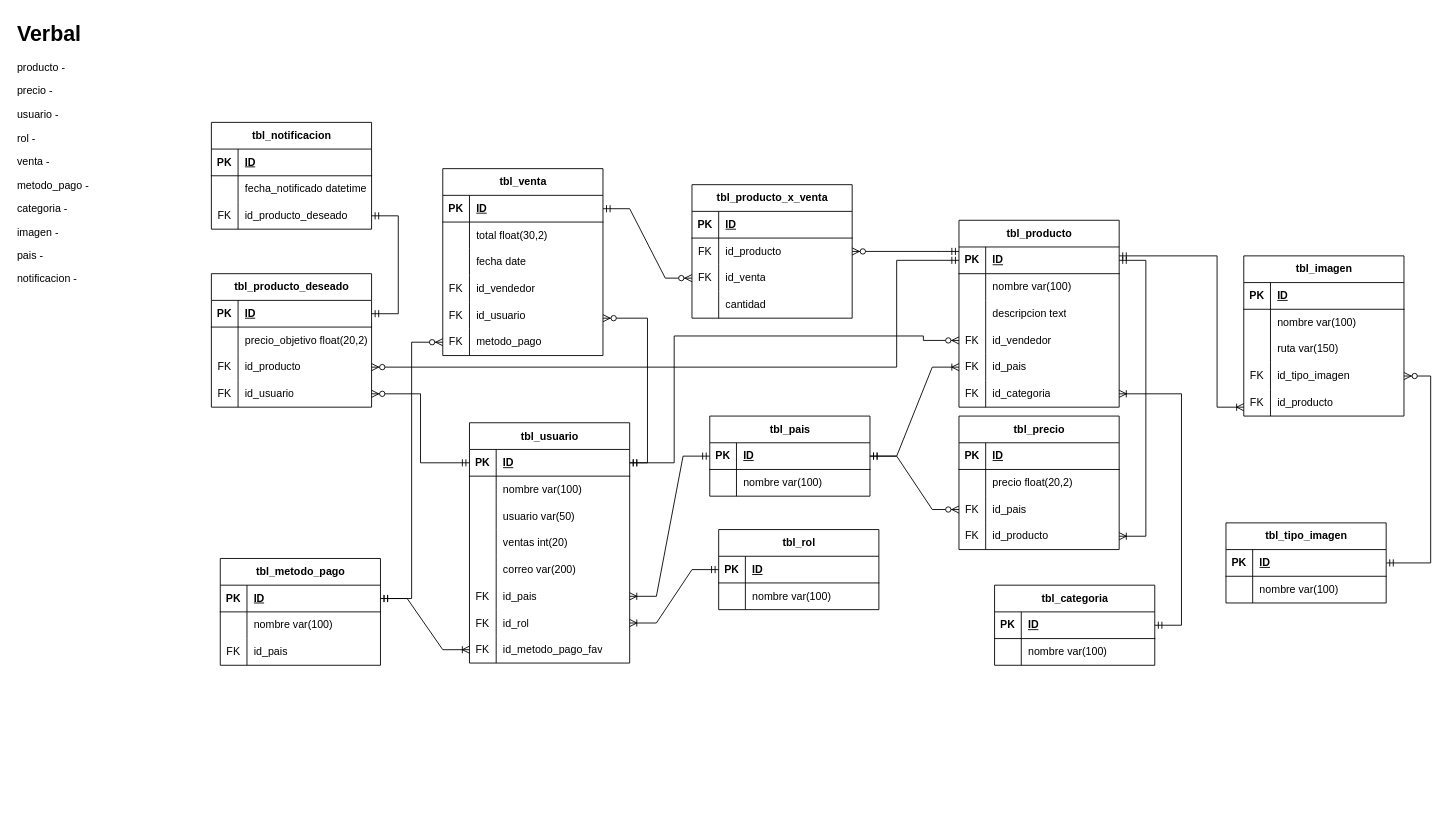
Earlier version of the draw.io diagram e-shop cuentas & videojuegos.drawio (jorge-ruizf/jshop). Source tidied: cells renumbered, new cells numbered last; positions are measured from the earlier drawing's top-left corner, leaving out a move shared by most shapes. Both pictures are drawn from the tidied source at 89%, with x=0, y=0 at pixel (15, 15).
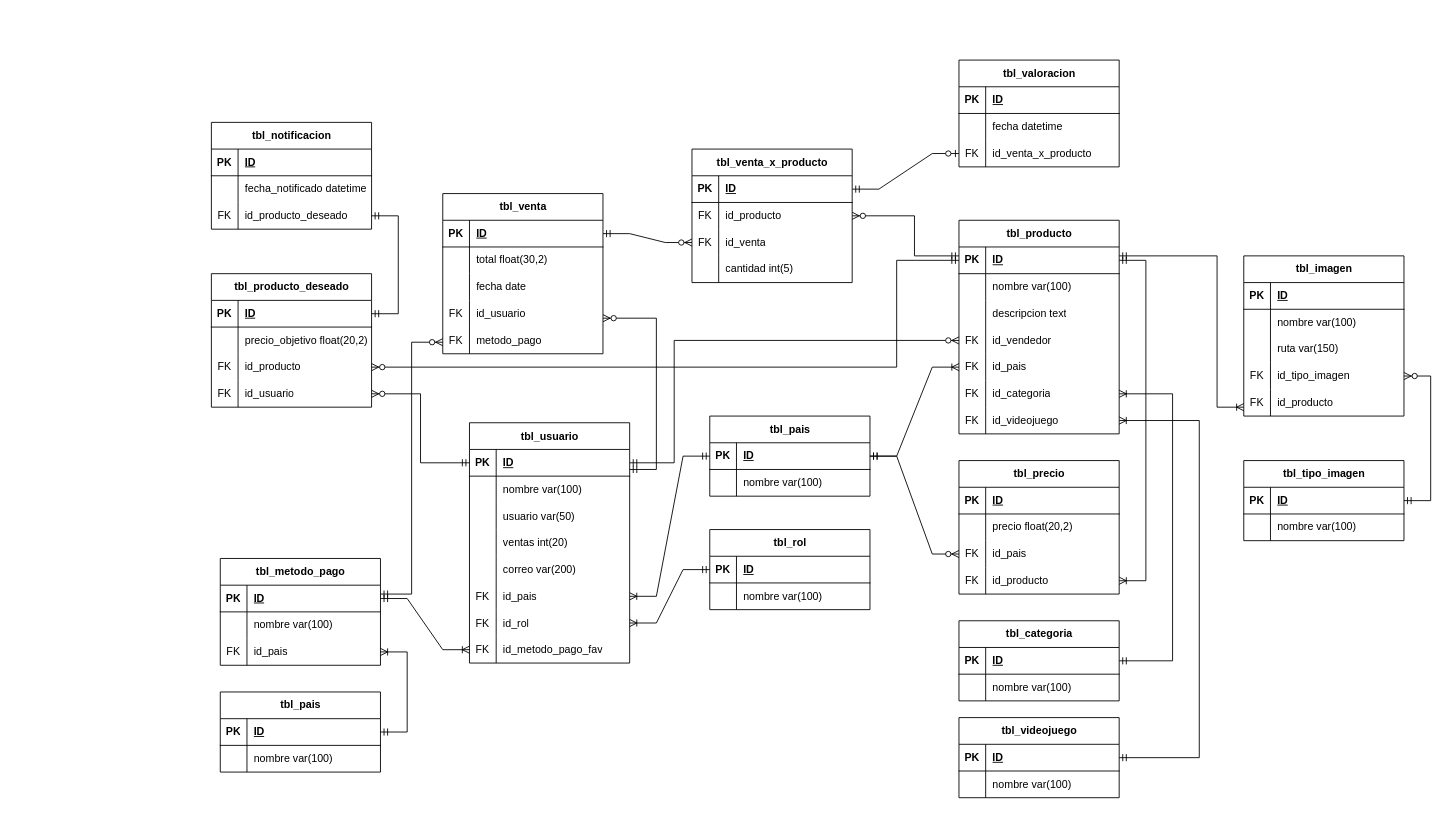
The same diagram, later.

The change refers to these unchanged cells:
```xml
<mxCell id="3" style="shape=tableRow;horizontal=0;startSize=0;swimlaneHead=0;swimlaneBody=0;fillColor=none;points=[[0,0.5],[1,0.5]];portConstraint=eastwest;top=0;left=0;right=0;bottom=1;" parent="2" vertex="1">
  <mxGeometry y="30" width="180" height="30" as="geometry" />
</mxCell>
<mxCell id="12" style="shape=tableRow;horizontal=0;startSize=0;swimlaneHead=0;swimlaneBody=0;fillColor=none;points=[[0,0.5],[1,0.5]];portConstraint=eastwest;top=0;left=0;right=0;bottom=0;" parent="2" vertex="1">
  <mxGeometry y="120" width="180" height="30" as="geometry" />
</mxCell>
<mxCell id="18" style="shape=tableRow;horizontal=0;startSize=0;swimlaneHead=0;swimlaneBody=0;fillColor=none;points=[[0,0.5],[1,0.5]];portConstraint=eastwest;top=0;left=0;right=0;bottom=0;" parent="2" vertex="1">
  <mxGeometry y="180" width="180" height="30" as="geometry" />
</mxCell>
<mxCell id="30" style="shape=tableRow;horizontal=0;startSize=0;swimlaneHead=0;swimlaneBody=0;fillColor=none;points=[[0,0.5],[1,0.5]];portConstraint=eastwest;top=0;left=0;right=0;bottom=1;" parent="29" vertex="1">
  <mxGeometry y="30" width="180" height="30" as="geometry" />
</mxCell>
<mxCell id="36" style="shape=tableRow;horizontal=0;startSize=0;swimlaneHead=0;swimlaneBody=0;fillColor=none;points=[[0,0.5],[1,0.5]];portConstraint=eastwest;top=0;left=0;right=0;bottom=0;" parent="29" vertex="1">
  <mxGeometry y="90" width="180" height="30" as="geometry" />
</mxCell>
<mxCell id="40" style="shape=tableRow;horizontal=0;startSize=0;swimlaneHead=0;swimlaneBody=0;fillColor=none;points=[[0,0.5],[1,0.5]];portConstraint=eastwest;top=0;left=0;right=0;bottom=1;" parent="39" vertex="1">
  <mxGeometry y="30" width="180" height="30" as="geometry" />
</mxCell>
<mxCell id="82" style="shape=tableRow;horizontal=0;startSize=0;swimlaneHead=0;swimlaneBody=0;fillColor=none;points=[[0,0.5],[1,0.5]];portConstraint=eastwest;top=0;left=0;right=0;bottom=1;" parent="81" vertex="1">
  <mxGeometry y="30" width="180" height="30" as="geometry" />
</mxCell>
<mxCell id="85" style="shape=tableRow;horizontal=0;startSize=0;swimlaneHead=0;swimlaneBody=0;fillColor=none;points=[[0,0.5],[1,0.5]];portConstraint=eastwest;top=0;left=0;right=0;bottom=0;" parent="81" vertex="1">
  <mxGeometry y="60" width="180" height="30" as="geometry" />
</mxCell>
<mxCell id="91" style="shape=tableRow;horizontal=0;startSize=0;swimlaneHead=0;swimlaneBody=0;fillColor=none;top=0;left=0;right=0;bottom=0;" parent="81" vertex="1">
  <mxGeometry y="120" width="180" height="30" as="geometry" />
</mxCell>
<mxCell id="95" style="shape=tableRow;horizontal=0;startSize=0;swimlaneHead=0;swimlaneBody=0;fillColor=none;points=[[0,0.5],[1,0.5]];portConstraint=eastwest;top=0;left=0;right=0;bottom=1;" parent="94" vertex="1">
  <mxGeometry y="30" width="180" height="30" as="geometry" />
</mxCell>
<mxCell id="143" style="shape=tableRow;horizontal=0;startSize=0;swimlaneHead=0;swimlaneBody=0;fillColor=none;points=[[0,0.5],[1,0.5]];portConstraint=eastwest;top=0;left=0;right=0;bottom=0;" parent="133" vertex="1">
  <mxGeometry y="120" width="180" height="30" as="geometry" />
</mxCell>
<mxCell id="156" style="shape=tableRow;horizontal=0;startSize=0;swimlaneHead=0;swimlaneBody=0;fillColor=none;points=[[0,0.5],[1,0.5]];portConstraint=eastwest;top=0;left=0;right=0;bottom=0;" parent="146" vertex="1">
  <mxGeometry y="120" width="180" height="30" as="geometry" />
</mxCell>
```

Change to the diagram source:
```diff
@@
     <mxCell id="2" value="tbl_producto" style="shape=table;startSize=30;childLayout=tableLayout;rowLines=0;fontStyle=1;align=center;html=1;" parent="1" vertex="1">
-      <mxGeometry x="1060" y="230" width="180" height="210" as="geometry" />
+      <mxGeometry x="1060" y="230" width="180" height="240" as="geometry" />
     </mxCell>
@@
-    <mxCell id="21" value="&lt;h1 style=&quot;margin-top: 0px;&quot;&gt;Verbal&lt;/h1&gt;&lt;p&gt;producto -&lt;/p&gt;&lt;p&gt;precio -&lt;/p&gt;&lt;p&gt;usuario -&lt;/p&gt;&lt;p&gt;rol -&lt;/p&gt;&lt;p&gt;venta -&lt;/p&gt;&lt;p&gt;metodo_pago -&lt;/p&gt;&lt;p&gt;categoria -&lt;/p&gt;&lt;p&gt;imagen -&lt;/p&gt;&lt;p&gt;pais -&lt;/p&gt;&lt;p&gt;notificacion -&lt;/p&gt;&lt;p&gt;&lt;br&gt;&lt;/p&gt;" style="text;html=1;whiteSpace=wrap;overflow=hidden;rounded=0;" parent="1" vertex="1">
-      <mxGeometry width="180" height="320" as="geometry" />
-    </mxCell>
+    <mxCell id="186" style="shape=tableRow;horizontal=0;startSize=0;swimlaneHead=0;swimlaneBody=0;fillColor=none;points=[[0,0.5],[1,0.5]];portConstraint=eastwest;top=0;left=0;right=0;bottom=0;" parent="2" vertex="1">
+      <mxGeometry y="210" width="180" height="30" as="geometry" />
+    </mxCell>
+    <mxCell id="187" value="FK" style="shape=partialRectangle;fillColor=none;top=0;left=0;bottom=0;right=0;overflow=hidden;whiteSpace=wrap;html=1;" parent="186" vertex="1">
+      <mxGeometry width="30" height="30" as="geometry" />
+    </mxCell>
+    <mxCell id="188" value="id_videojuego" style="shape=partialRectangle;fillColor=none;top=0;left=0;bottom=0;right=0;align=left;spacingLeft=6;overflow=hidden;whiteSpace=wrap;html=1;" parent="186" vertex="1">
+      <mxGeometry x="30" width="150" height="30" as="geometry" />
+    </mxCell>
@@
     <mxCell id="39" value="tbl_categoria" style="shape=table;startSize=30;childLayout=tableLayout;rowLines=0;fontStyle=1;align=center;html=1;" parent="1" vertex="1">
-      <mxGeometry x="1100" y="640" width="180" height="90" as="geometry" />
+      <mxGeometry x="1060" y="680" width="180" height="90" as="geometry" />
     </mxCell>
@@
     <mxCell id="62" value="tbl_venta" style="shape=table;startSize=30;childLayout=tableLayout;rowLines=0;fontStyle=1;align=center;html=1;" parent="1" vertex="1">
-      <mxGeometry x="480" y="172" width="180" height="210" as="geometry" />
+      <mxGeometry x="480" y="200" width="180" height="180" as="geometry" />
     </mxCell>
@@
-    <mxCell id="72" style="shape=tableRow;horizontal=0;startSize=0;swimlaneHead=0;swimlaneBody=0;fillColor=none;top=0;left=0;right=0;bottom=0;" parent="62" vertex="1">
-      <mxGeometry y="120" width="180" height="30" as="geometry" />
-    </mxCell>
-    <mxCell id="73" value="FK" style="shape=partialRectangle;fillColor=none;top=0;left=0;bottom=0;right=0;overflow=hidden;whiteSpace=wrap;html=1;" parent="72" vertex="1">
-      <mxGeometry width="30" height="30" as="geometry" />
-    </mxCell>
-    <mxCell id="74" value="id_vendedor" style="shape=partialRectangle;fillColor=none;top=0;left=0;bottom=0;right=0;align=left;spacingLeft=6;overflow=hidden;whiteSpace=wrap;html=1;" parent="72" vertex="1">
-      <mxGeometry x="30" width="150" height="30" as="geometry" />
-    </mxCell>
     <mxCell id="75" style="shape=tableRow;horizontal=0;startSize=0;swimlaneHead=0;swimlaneBody=0;fillColor=none;points=[[0,0.5],[1,0.5]];portConstraint=eastwest;top=0;left=0;right=0;bottom=0;" parent="62" vertex="1">
-      <mxGeometry y="150" width="180" height="30" as="geometry" />
+      <mxGeometry y="120" width="180" height="30" as="geometry" />
     </mxCell>
@@
     <mxCell id="78" style="shape=tableRow;horizontal=0;startSize=0;swimlaneHead=0;swimlaneBody=0;fillColor=none;points=[[0,0.5],[1,0.5]];portConstraint=eastwest;top=0;left=0;right=0;bottom=0;" parent="62" vertex="1">
-      <mxGeometry y="180" width="180" height="30" as="geometry" />
+      <mxGeometry y="150" width="180" height="30" as="geometry" />
     </mxCell>
@@
-    <mxCell id="81" value="tbl_producto_x_venta" style="shape=table;startSize=30;childLayout=tableLayout;rowLines=0;fontStyle=1;align=center;html=1;" parent="1" vertex="1">
-      <mxGeometry x="760" y="190" width="180" height="150" as="geometry" />
+    <mxCell id="81" value="tbl_venta_x_producto" style="shape=table;startSize=30;childLayout=tableLayout;rowLines=0;fontStyle=1;align=center;html=1;" parent="1" vertex="1">
+      <mxGeometry x="760" y="150" width="180" height="150" as="geometry" />
     </mxCell>
@@
-    <mxCell id="93" value="cantidad" style="shape=partialRectangle;fillColor=none;top=0;left=0;bottom=0;right=0;align=left;spacingLeft=6;overflow=hidden;whiteSpace=wrap;html=1;" parent="91" vertex="1">
+    <mxCell id="93" value="cantidad int(5)" style="shape=partialRectangle;fillColor=none;top=0;left=0;bottom=0;right=0;align=left;spacingLeft=6;overflow=hidden;whiteSpace=wrap;html=1;" parent="91" vertex="1">
       <mxGeometry x="30" width="150" height="30" as="geometry" />
     </mxCell>
@@
     <mxCell id="119" value="tbl_tipo_imagen" style="shape=table;startSize=30;childLayout=tableLayout;rowLines=0;fontStyle=1;align=center;html=1;" parent="1" vertex="1">
-      <mxGeometry x="1360" y="570" width="180" height="90" as="geometry" />
+      <mxGeometry x="1380" y="500" width="180" height="90" as="geometry" />
     </mxCell>
@@
     <mxCell id="126" value="tbl_rol" style="shape=table;startSize=30;childLayout=tableLayout;rowLines=0;fontStyle=1;align=center;html=1;" parent="1" vertex="1">
-      <mxGeometry x="790" y="577.5" width="180" height="90" as="geometry" />
+      <mxGeometry x="780" y="577.5" width="180" height="90" as="geometry" />
     </mxCell>
@@
     <mxCell id="146" value="tbl_precio" style="shape=table;startSize=30;childLayout=tableLayout;rowLines=0;fontStyle=1;align=center;html=1;" parent="1" vertex="1">
-      <mxGeometry x="1060" y="450" width="180" height="150" as="geometry" />
+      <mxGeometry x="1060" y="500" width="180" height="150" as="geometry" />
     </mxCell>
@@
-    <mxCell id="159" style="edgeStyle=entityRelationEdgeStyle;fontSize=12;html=1;endArrow=ERoneToMany;startArrow=ERmandOne;rounded=0;" parent="1" edge="1" source="40" target="18">
-      <mxGeometry relative="1" as="geometry" />
+    <mxCell id="159" style="edgeStyle=orthogonalEdgeStyle;fontSize=12;html=1;endArrow=ERoneToMany;startArrow=ERmandOne;rounded=0;strokeColor=light-dark(#000000,#FF6666);" parent="1" edge="1" source="40" target="18">
+      <mxGeometry relative="1" as="geometry">
+        <Array as="points">
+          <mxPoint x="1300" y="725" />
+          <mxPoint x="1300" y="425" />
+        </Array>
+      </mxGeometry>
     </mxCell>
@@
-    <mxCell id="164" style="edgeStyle=entityRelationEdgeStyle;fontSize=12;html=1;endArrow=ERoneToMany;startArrow=ERmandOne;rounded=0;" parent="1" edge="1" source="3" target="156">
+    <mxCell id="164" style="edgeStyle=entityRelationEdgeStyle;fontSize=12;html=1;endArrow=ERoneToMany;startArrow=ERmandOne;rounded=0;strokeColor=light-dark(#000000,#FFFF66);" parent="1" edge="1" source="3" target="156">
       <mxGeometry relative="1" as="geometry" />
     </mxCell>
-    <mxCell id="165" style="edgeStyle=orthogonalEdgeStyle;fontSize=12;html=1;endArrow=ERzeroToMany;startArrow=ERmandOne;rounded=0;entryX=1;entryY=0.5;entryDx=0;entryDy=0;" parent="1" edge="1" source="95" target="143">
+    <mxCell id="165" style="edgeStyle=orthogonalEdgeStyle;fontSize=12;html=1;endArrow=ERzeroToMany;startArrow=ERmandOne;rounded=0;entryX=1;entryY=0.5;entryDx=0;entryDy=0;strokeColor=light-dark(#000000,#FF6666);" parent="1" edge="1" source="95" target="143">
       <mxGeometry relative="1" as="geometry" />
     </mxCell>
@@
-    <mxCell id="169" style="edgeStyle=orthogonalEdgeStyle;fontSize=12;html=1;endArrow=ERzeroToMany;startArrow=ERmandOne;rounded=0;" parent="1" edge="1" source="95" target="75">
+    <mxCell id="169" style="edgeStyle=orthogonalEdgeStyle;fontSize=12;html=1;endArrow=ERzeroToMany;startArrow=ERmandOne;rounded=0;strokeColor=light-dark(#000000,#FFFF66);" parent="1" edge="1" source="95" target="75">
       <mxGeometry relative="1" as="geometry">
         <Array as="points">
-          <mxPoint x="710" y="503" />
-          <mxPoint x="710" y="340" />
+          <mxPoint x="720" y="510" />
+          <mxPoint x="720" y="340" />
         </Array>
       </mxGeometry>
     </mxCell>
@@
     <mxCell id="172" style="edgeStyle=orthogonalEdgeStyle;fontSize=12;html=1;endArrow=ERzeroToMany;startArrow=ERmandOne;rounded=0;" parent="1" edge="1" source="3" target="85">
       <mxGeometry relative="1" as="geometry">
         <Array as="points">
-          <mxPoint x="1040" y="265" />
-          <mxPoint x="1040" y="265" />
+          <mxPoint x="1010" y="270" />
+          <mxPoint x="1010" y="225" />
         </Array>
       </mxGeometry>
     </mxCell>
-    <mxCell id="173" style="edgeStyle=orthogonalEdgeStyle;fontSize=12;html=1;endArrow=ERzeroToMany;startArrow=ERmandOne;rounded=0;" parent="1" edge="1" source="95" target="12">
+    <mxCell id="173" style="edgeStyle=orthogonalEdgeStyle;fontSize=12;html=1;endArrow=ERzeroToMany;startArrow=ERmandOne;rounded=0;strokeColor=light-dark(#000000,#FF6666);" parent="1" edge="1" source="95" target="12">
       <mxGeometry relative="1" as="geometry">
         <Array as="points">
           <mxPoint x="740" y="503" />
-          <mxPoint x="740" y="360" />
-          <mxPoint x="1020" y="360" />
-          <mxPoint x="1020" y="365" />
+          <mxPoint x="740" y="365" />
         </Array>
       </mxGeometry>
     </mxCell>
-    <mxCell id="174" style="edgeStyle=orthogonalEdgeStyle;fontSize=12;html=1;endArrow=ERzeroToMany;startArrow=ERmandOne;rounded=0;" parent="1" edge="1" source="30" target="78">
-      <mxGeometry relative="1" as="geometry" />
+    <mxCell id="174" style="edgeStyle=orthogonalEdgeStyle;fontSize=12;html=1;endArrow=ERzeroToMany;startArrow=ERmandOne;rounded=0;strokeColor=light-dark(#000000,#FFFF66);" parent="1" edge="1" source="30" target="78">
+      <mxGeometry relative="1" as="geometry">
+        <Array as="points">
+          <mxPoint x="445" y="650" />
+          <mxPoint x="445" y="367" />
+        </Array>
+      </mxGeometry>
     </mxCell>
@@
+    <mxCell id="189" value="tbl_valoracion" style="shape=table;startSize=30;childLayout=tableLayout;rowLines=0;fontStyle=1;align=center;html=1;" parent="1" vertex="1">
+      <mxGeometry x="1060" y="50" width="180" height="120" as="geometry" />
+    </mxCell>
+    <mxCell id="190" style="shape=tableRow;horizontal=0;startSize=0;swimlaneHead=0;swimlaneBody=0;fillColor=none;top=0;left=0;right=0;bottom=1;" parent="189" vertex="1">
+      <mxGeometry y="30" width="180" height="30" as="geometry" />
+    </mxCell>
+    <mxCell id="191" value="PK" style="shape=partialRectangle;fillColor=none;top=0;left=0;bottom=0;right=0;fontStyle=1;overflow=hidden;whiteSpace=wrap;html=1;" parent="190" vertex="1">
+      <mxGeometry width="30" height="30" as="geometry" />
+    </mxCell>
+    <mxCell id="192" value="ID" style="shape=partialRectangle;fillColor=none;top=0;left=0;bottom=0;right=0;align=left;spacingLeft=6;fontStyle=5;overflow=hidden;whiteSpace=wrap;html=1;" parent="190" vertex="1">
+      <mxGeometry x="30" width="150" height="30" as="geometry" />
+    </mxCell>
+    <mxCell id="193" style="shape=tableRow;horizontal=0;startSize=0;swimlaneHead=0;swimlaneBody=0;fillColor=none;top=0;left=0;right=0;bottom=0;" parent="189" vertex="1">
+      <mxGeometry y="60" width="180" height="30" as="geometry" />
+    </mxCell>
+    <mxCell id="194" style="shape=partialRectangle;fillColor=none;top=0;left=0;bottom=0;right=0;overflow=hidden;whiteSpace=wrap;html=1;" parent="193" vertex="1">
+      <mxGeometry width="30" height="30" as="geometry" />
+    </mxCell>
+    <mxCell id="195" value="fecha datetime" style="shape=partialRectangle;fillColor=none;top=0;left=0;bottom=0;right=0;align=left;spacingLeft=6;overflow=hidden;whiteSpace=wrap;html=1;" parent="193" vertex="1">
+      <mxGeometry x="30" width="150" height="30" as="geometry" />
+    </mxCell>
+    <mxCell id="196" style="shape=tableRow;horizontal=0;startSize=0;swimlaneHead=0;swimlaneBody=0;fillColor=none;points=[[0,0.5],[1,0.5]];portConstraint=eastwest;top=0;left=0;right=0;bottom=0;" parent="189" vertex="1">
+      <mxGeometry y="90" width="180" height="30" as="geometry" />
+    </mxCell>
+    <mxCell id="197" value="FK" style="shape=partialRectangle;fillColor=none;top=0;left=0;bottom=0;right=0;overflow=hidden;whiteSpace=wrap;html=1;" parent="196" vertex="1">
+      <mxGeometry width="30" height="30" as="geometry" />
+    </mxCell>
+    <mxCell id="198" value="id_venta_x_producto" style="shape=partialRectangle;fillColor=none;top=0;left=0;bottom=0;right=0;align=left;spacingLeft=6;overflow=hidden;whiteSpace=wrap;html=1;" parent="196" vertex="1">
+      <mxGeometry x="30" width="150" height="30" as="geometry" />
+    </mxCell>
+    <mxCell id="199" style="edgeStyle=entityRelationEdgeStyle;fontSize=12;html=1;endArrow=ERzeroToOne;startArrow=ERmandOne;rounded=0;" parent="1" edge="1" source="82" target="196">
+      <mxGeometry relative="1" as="geometry" />
+    </mxCell>
+    <mxCell id="200" value="tbl_videojuego" style="shape=table;startSize=30;childLayout=tableLayout;rowLines=0;fontStyle=1;align=center;html=1;" parent="1" vertex="1">
+      <mxGeometry x="1060" y="788.8" width="180" height="90" as="geometry" />
+    </mxCell>
+    <mxCell id="201" style="shape=tableRow;horizontal=0;startSize=0;swimlaneHead=0;swimlaneBody=0;fillColor=none;points=[[0,0.5],[1,0.5]];portConstraint=eastwest;top=0;left=0;right=0;bottom=1;" parent="200" vertex="1">
+      <mxGeometry y="30" width="180" height="30" as="geometry" />
+    </mxCell>
+    <mxCell id="202" value="PK" style="shape=partialRectangle;fillColor=none;top=0;left=0;bottom=0;right=0;fontStyle=1;overflow=hidden;whiteSpace=wrap;html=1;" parent="201" vertex="1">
+      <mxGeometry width="30" height="30" as="geometry" />
+    </mxCell>
+    <mxCell id="203" value="ID" style="shape=partialRectangle;fillColor=none;top=0;left=0;bottom=0;right=0;align=left;spacingLeft=6;fontStyle=5;overflow=hidden;whiteSpace=wrap;html=1;" parent="201" vertex="1">
+      <mxGeometry x="30" width="150" height="30" as="geometry" />
+    </mxCell>
+    <mxCell id="204" style="shape=tableRow;horizontal=0;startSize=0;swimlaneHead=0;swimlaneBody=0;fillColor=none;top=0;left=0;right=0;bottom=0;" parent="200" vertex="1">
+      <mxGeometry y="60" width="180" height="30" as="geometry" />
+    </mxCell>
+    <mxCell id="205" style="shape=partialRectangle;fillColor=none;top=0;left=0;bottom=0;right=0;overflow=hidden;whiteSpace=wrap;html=1;" parent="204" vertex="1">
+      <mxGeometry width="30" height="30" as="geometry" />
+    </mxCell>
+    <mxCell id="206" value="nombre var(100)" style="shape=partialRectangle;fillColor=none;top=0;left=0;bottom=0;right=0;align=left;spacingLeft=6;overflow=hidden;whiteSpace=wrap;html=1;" parent="204" vertex="1">
+      <mxGeometry x="30" width="150" height="30" as="geometry" />
+    </mxCell>
+    <mxCell id="207" style="edgeStyle=orthogonalEdgeStyle;fontSize=12;html=1;endArrow=ERoneToMany;startArrow=ERmandOne;rounded=0;" parent="1" edge="1" source="201" target="186">
+      <mxGeometry relative="1" as="geometry">
+        <Array as="points">
+          <mxPoint x="1330" y="834" />
+          <mxPoint x="1330" y="455" />
+        </Array>
+      </mxGeometry>
+    </mxCell>
+    <mxCell id="208" value="tbl_pais" style="shape=table;startSize=30;childLayout=tableLayout;rowLines=0;fontStyle=1;align=center;html=1;" parent="1" vertex="1">
+      <mxGeometry x="230" y="760" width="180" height="90" as="geometry" />
+    </mxCell>
+    <mxCell id="209" style="shape=tableRow;horizontal=0;startSize=0;swimlaneHead=0;swimlaneBody=0;fillColor=none;points=[[0,0.5],[1,0.5]];portConstraint=eastwest;top=0;left=0;right=0;bottom=1;" parent="208" vertex="1">
+      <mxGeometry y="30" width="180" height="30" as="geometry" />
+    </mxCell>
+    <mxCell id="210" value="PK" style="shape=partialRectangle;fillColor=none;top=0;left=0;bottom=0;right=0;fontStyle=1;overflow=hidden;whiteSpace=wrap;html=1;" parent="209" vertex="1">
+      <mxGeometry width="30" height="30" as="geometry" />
+    </mxCell>
+    <mxCell id="211" value="ID" style="shape=partialRectangle;fillColor=none;top=0;left=0;bottom=0;right=0;align=left;spacingLeft=6;fontStyle=5;overflow=hidden;whiteSpace=wrap;html=1;" parent="209" vertex="1">
+      <mxGeometry x="30" width="150" height="30" as="geometry" />
+    </mxCell>
+    <mxCell id="212" style="shape=tableRow;horizontal=0;startSize=0;swimlaneHead=0;swimlaneBody=0;fillColor=none;top=0;left=0;right=0;bottom=0;" parent="208" vertex="1">
+      <mxGeometry y="60" width="180" height="30" as="geometry" />
+    </mxCell>
+    <mxCell id="213" style="shape=partialRectangle;fillColor=none;top=0;left=0;bottom=0;right=0;overflow=hidden;whiteSpace=wrap;html=1;" parent="212" vertex="1">
+      <mxGeometry width="30" height="30" as="geometry" />
+    </mxCell>
+    <mxCell id="214" value="nombre var(100)" style="shape=partialRectangle;fillColor=none;top=0;left=0;bottom=0;right=0;align=left;spacingLeft=6;overflow=hidden;whiteSpace=wrap;html=1;" parent="212" vertex="1">
+      <mxGeometry x="30" width="150" height="30" as="geometry" />
+    </mxCell>
+    <mxCell id="215" style="edgeStyle=entityRelationEdgeStyle;fontSize=12;html=1;endArrow=ERoneToMany;startArrow=ERmandOne;rounded=0;" parent="1" edge="1" source="209" target="36">
+      <mxGeometry relative="1" as="geometry" />
+    </mxCell>
```
